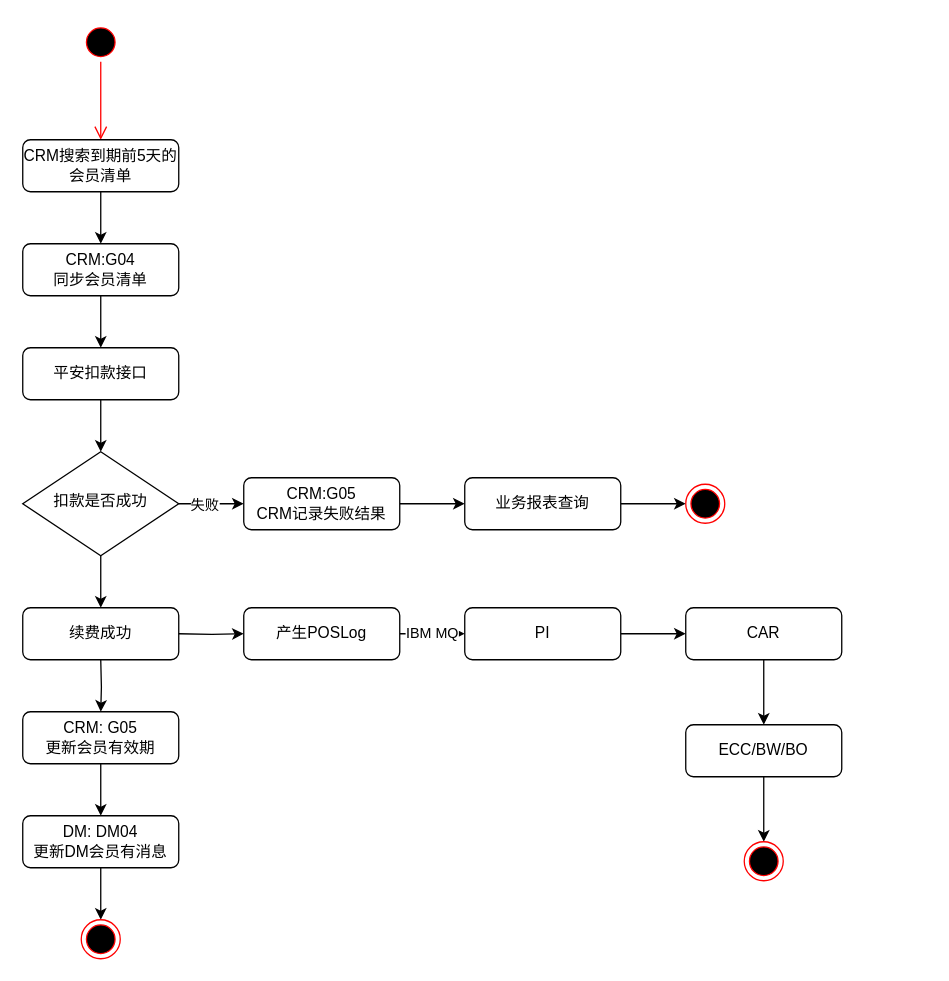
This is page "自动续费" (5 of 7) of DM会员注册.drawio from luss613/draw.io, a draw.io file, before an edit. Source tidied: cells renumbered, new cells numbered last; positions are measured from the earlier drawing's top-left corner, leaving out a move shared by most shapes. Both pictures are drawn from the tidied source at 130%, with x=0, y=0 at pixel (22, 22).
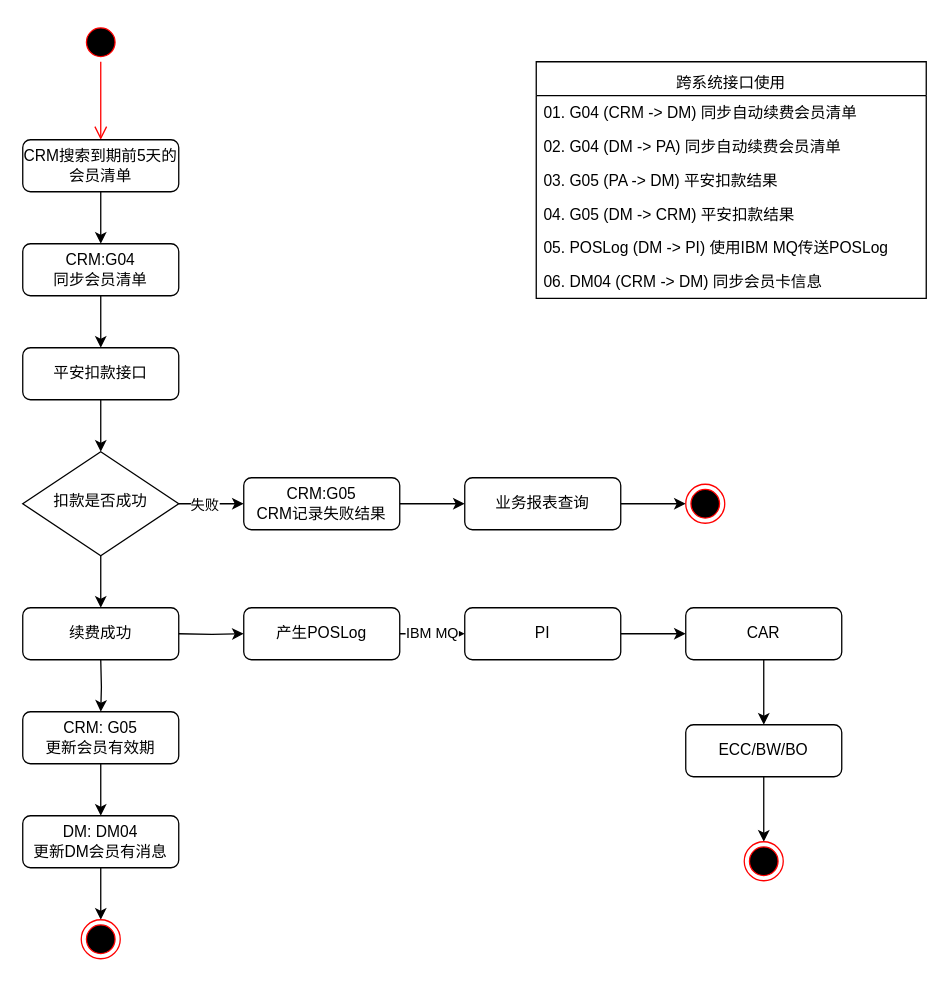
The same diagram, later.

Diff of the diagram source:
```diff
@@
+    <mxCell id="36" value="跨系统接口使用" style="swimlane;fontStyle=0;horizontal=1;startSize=26;align=center;verticalAlign=bottom;" parent="1" vertex="1">
+      <mxGeometry x="395" y="30" width="300" height="182" as="geometry" />
+    </mxCell>
+    <mxCell id="37" value="01. G04 (CRM -&gt; DM) 同步自动续费会员清单" style="text;strokeColor=none;fillColor=none;align=left;verticalAlign=top;spacingLeft=4;spacingRight=4;overflow=hidden;" parent="36" vertex="1">
+      <mxGeometry y="26" width="300" height="26" as="geometry" />
+    </mxCell>
+    <mxCell id="38" value="02. G04 (DM -&gt; PA) 同步自动续费会员清单" style="text;strokeColor=none;fillColor=none;align=left;verticalAlign=top;spacingLeft=4;spacingRight=4;overflow=hidden;" parent="36" vertex="1">
+      <mxGeometry y="52" width="300" height="26" as="geometry" />
+    </mxCell>
+    <mxCell id="39" value="03. G05 (PA -&gt; DM) 平安扣款结果" style="text;strokeColor=none;fillColor=none;align=left;verticalAlign=top;spacingLeft=4;spacingRight=4;overflow=hidden;" parent="36" vertex="1">
+      <mxGeometry y="78" width="300" height="26" as="geometry" />
+    </mxCell>
+    <mxCell id="40" value="04. G05 (DM -&gt; CRM) 平安扣款结果" style="text;strokeColor=none;fillColor=none;align=left;verticalAlign=top;spacingLeft=4;spacingRight=4;overflow=hidden;" parent="36" vertex="1">
+      <mxGeometry y="104" width="300" height="26" as="geometry" />
+    </mxCell>
+    <mxCell id="41" value="05. POSLog (DM -&gt; PI) 使用IBM MQ传送POSLog" style="text;strokeColor=none;fillColor=none;align=left;verticalAlign=top;spacingLeft=4;spacingRight=4;overflow=hidden;" parent="36" vertex="1">
+      <mxGeometry y="130" width="300" height="26" as="geometry" />
+    </mxCell>
+    <mxCell id="42" value="06. DM04 (CRM -&gt; DM) 同步会员卡信息" style="text;strokeColor=none;fillColor=none;align=left;verticalAlign=top;spacingLeft=4;spacingRight=4;overflow=hidden;" parent="36" vertex="1">
+      <mxGeometry y="156" width="300" height="26" as="geometry" />
+    </mxCell>
```
